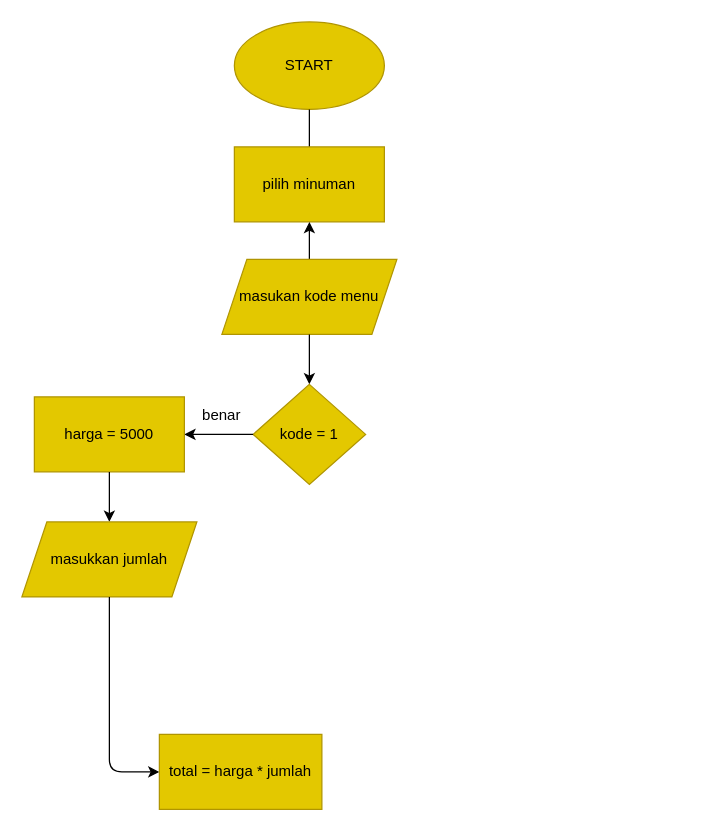
Earlier version of the draw.io diagram flowchart.drawio (Bimasadewa26/Bima_Sadewa-Order_Minuman_Online). Source tidied: cells renumbered, new cells numbered last; positions are measured from the earlier drawing's top-left corner, leaving out a move shared by most shapes. Both pictures are drawn from the tidied source at 125%, with x=0, y=0 at pixel (21, 21).
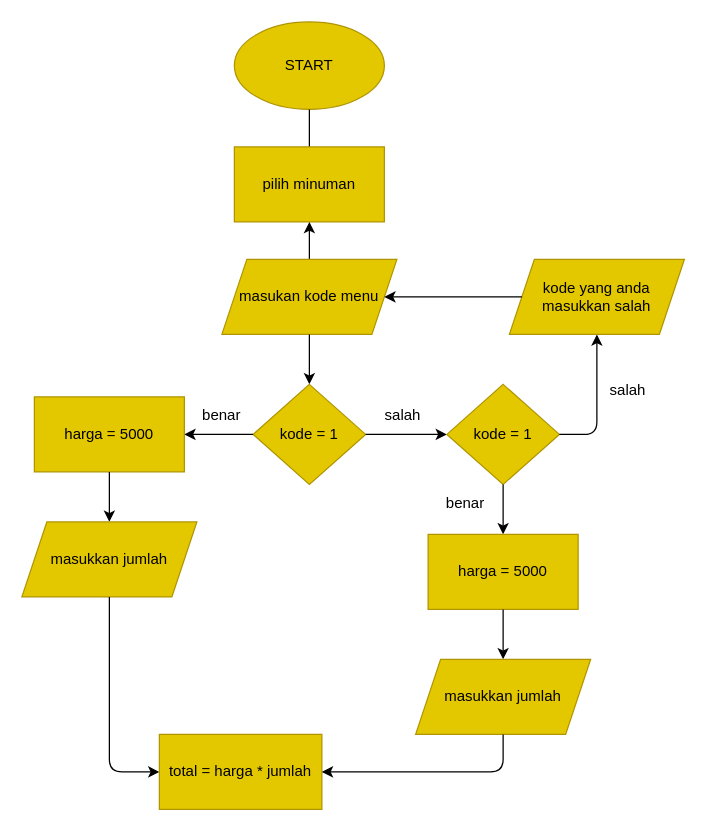
Above is the later version.

Commit message:
pengkondisian jika jawaban salah

Diff of the diagram source:
```diff
@@
+    <mxCell id="16" value="salah" style="text;html=1;strokeColor=none;fillColor=none;align=center;verticalAlign=middle;whiteSpace=wrap;rounded=0;" parent="1" vertex="1">
+      <mxGeometry x="275" y="300" width="60" height="30" as="geometry" />
+    </mxCell>
+    <mxCell id="17" style="endArrow=classic;html=1;exitX=1;exitY=0.5;exitDx=0;exitDy=0;entryX=0;entryY=0.5;entryDx=0;entryDy=0;" parent="1" edge="1">
+      <mxGeometry relative="1" as="geometry">
+        <mxPoint x="275" y="330" as="sourcePoint" />
+        <mxPoint x="340" y="330" as="targetPoint" />
+      </mxGeometry>
+    </mxCell>
+    <mxCell id="18" value="kode = 1" style="rhombus;whiteSpace=wrap;html=1;fillColor=#e3c800;fontColor=#000000;strokeColor=#B09500;" parent="1" vertex="1">
+      <mxGeometry x="340" y="290" width="90" height="80" as="geometry" />
+    </mxCell>
+    <mxCell id="19" style="endArrow=classic;html=1;exitX=1;exitY=0.5;exitDx=0;exitDy=0;" parent="1" edge="1">
+      <mxGeometry relative="1" as="geometry">
+        <mxPoint x="430" y="330" as="sourcePoint" />
+        <mxPoint x="460" y="250" as="targetPoint" />
+        <Array as="points">
+          <mxPoint x="460" y="330" />
+        </Array>
+      </mxGeometry>
+    </mxCell>
+    <mxCell id="20" value="&lt;div&gt;&lt;span&gt;kode yang anda masukkan salah&lt;/span&gt;&lt;/div&gt;" style="shape=parallelogram;perimeter=parallelogramPerimeter;whiteSpace=wrap;html=1;fixedSize=1;fillColor=#e3c800;fontColor=#000000;strokeColor=#B09500;align=center;" parent="1" vertex="1">
+      <mxGeometry x="390" y="190" width="140" height="60" as="geometry" />
+    </mxCell>
+    <mxCell id="21" style="endArrow=classic;html=1;exitX=0;exitY=0.5;exitDx=0;exitDy=0;" parent="1" edge="1">
+      <mxGeometry relative="1" as="geometry">
+        <mxPoint x="400" y="220" as="sourcePoint" />
+        <mxPoint x="290" y="220" as="targetPoint" />
+      </mxGeometry>
+    </mxCell>
+    <mxCell id="22" value="salah" style="text;html=1;strokeColor=none;fillColor=none;align=center;verticalAlign=middle;whiteSpace=wrap;rounded=0;" parent="1" vertex="1">
+      <mxGeometry x="455" y="280" width="60" height="30" as="geometry" />
+    </mxCell>
+    <mxCell id="23" value="benar" style="text;html=1;strokeColor=none;fillColor=none;align=center;verticalAlign=middle;whiteSpace=wrap;rounded=0;" parent="1" vertex="1">
+      <mxGeometry x="325" y="370" width="60" height="30" as="geometry" />
+    </mxCell>
+    <mxCell id="24" style="endArrow=classic;html=1;exitX=0.5;exitY=1;exitDx=0;exitDy=0;entryX=0.5;entryY=0;entryDx=0;entryDy=0;" parent="1" edge="1">
+      <mxGeometry relative="1" as="geometry">
+        <mxPoint x="385" y="370" as="sourcePoint" />
+        <mxPoint x="385" y="410" as="targetPoint" />
+      </mxGeometry>
+    </mxCell>
+    <mxCell id="25" value="harga = 5000" style="rounded=0;whiteSpace=wrap;html=1;fillColor=#e3c800;fontColor=#000000;strokeColor=#B09500;" parent="1" vertex="1">
+      <mxGeometry x="325" y="410" width="120" height="60" as="geometry" />
+    </mxCell>
+    <mxCell id="26" style="endArrow=classic;html=1;exitX=0.5;exitY=1;exitDx=0;exitDy=0;entryX=0.5;entryY=0;entryDx=0;entryDy=0;" parent="1" edge="1">
+      <mxGeometry relative="1" as="geometry">
+        <mxPoint x="385" y="470" as="sourcePoint" />
+        <mxPoint x="385" y="510" as="targetPoint" />
+      </mxGeometry>
+    </mxCell>
+    <mxCell id="27" value="masukkan jumlah" style="shape=parallelogram;perimeter=parallelogramPerimeter;whiteSpace=wrap;html=1;fixedSize=1;fillColor=#e3c800;fontColor=#000000;strokeColor=#B09500;align=center;" parent="1" vertex="1">
+      <mxGeometry x="315" y="510" width="140" height="60" as="geometry" />
+    </mxCell>
+    <mxCell id="28" style="endArrow=classic;html=1;entryX=1;entryY=0.5;entryDx=0;entryDy=0;exitX=0.5;exitY=1;exitDx=0;exitDy=0;" parent="1" edge="1">
+      <mxGeometry relative="1" as="geometry">
+        <mxPoint x="385" y="570" as="sourcePoint" />
+        <mxPoint x="240" y="600" as="targetPoint" />
+        <Array as="points">
+          <mxPoint x="385" y="600" />
+        </Array>
+      </mxGeometry>
+    </mxCell>
```
